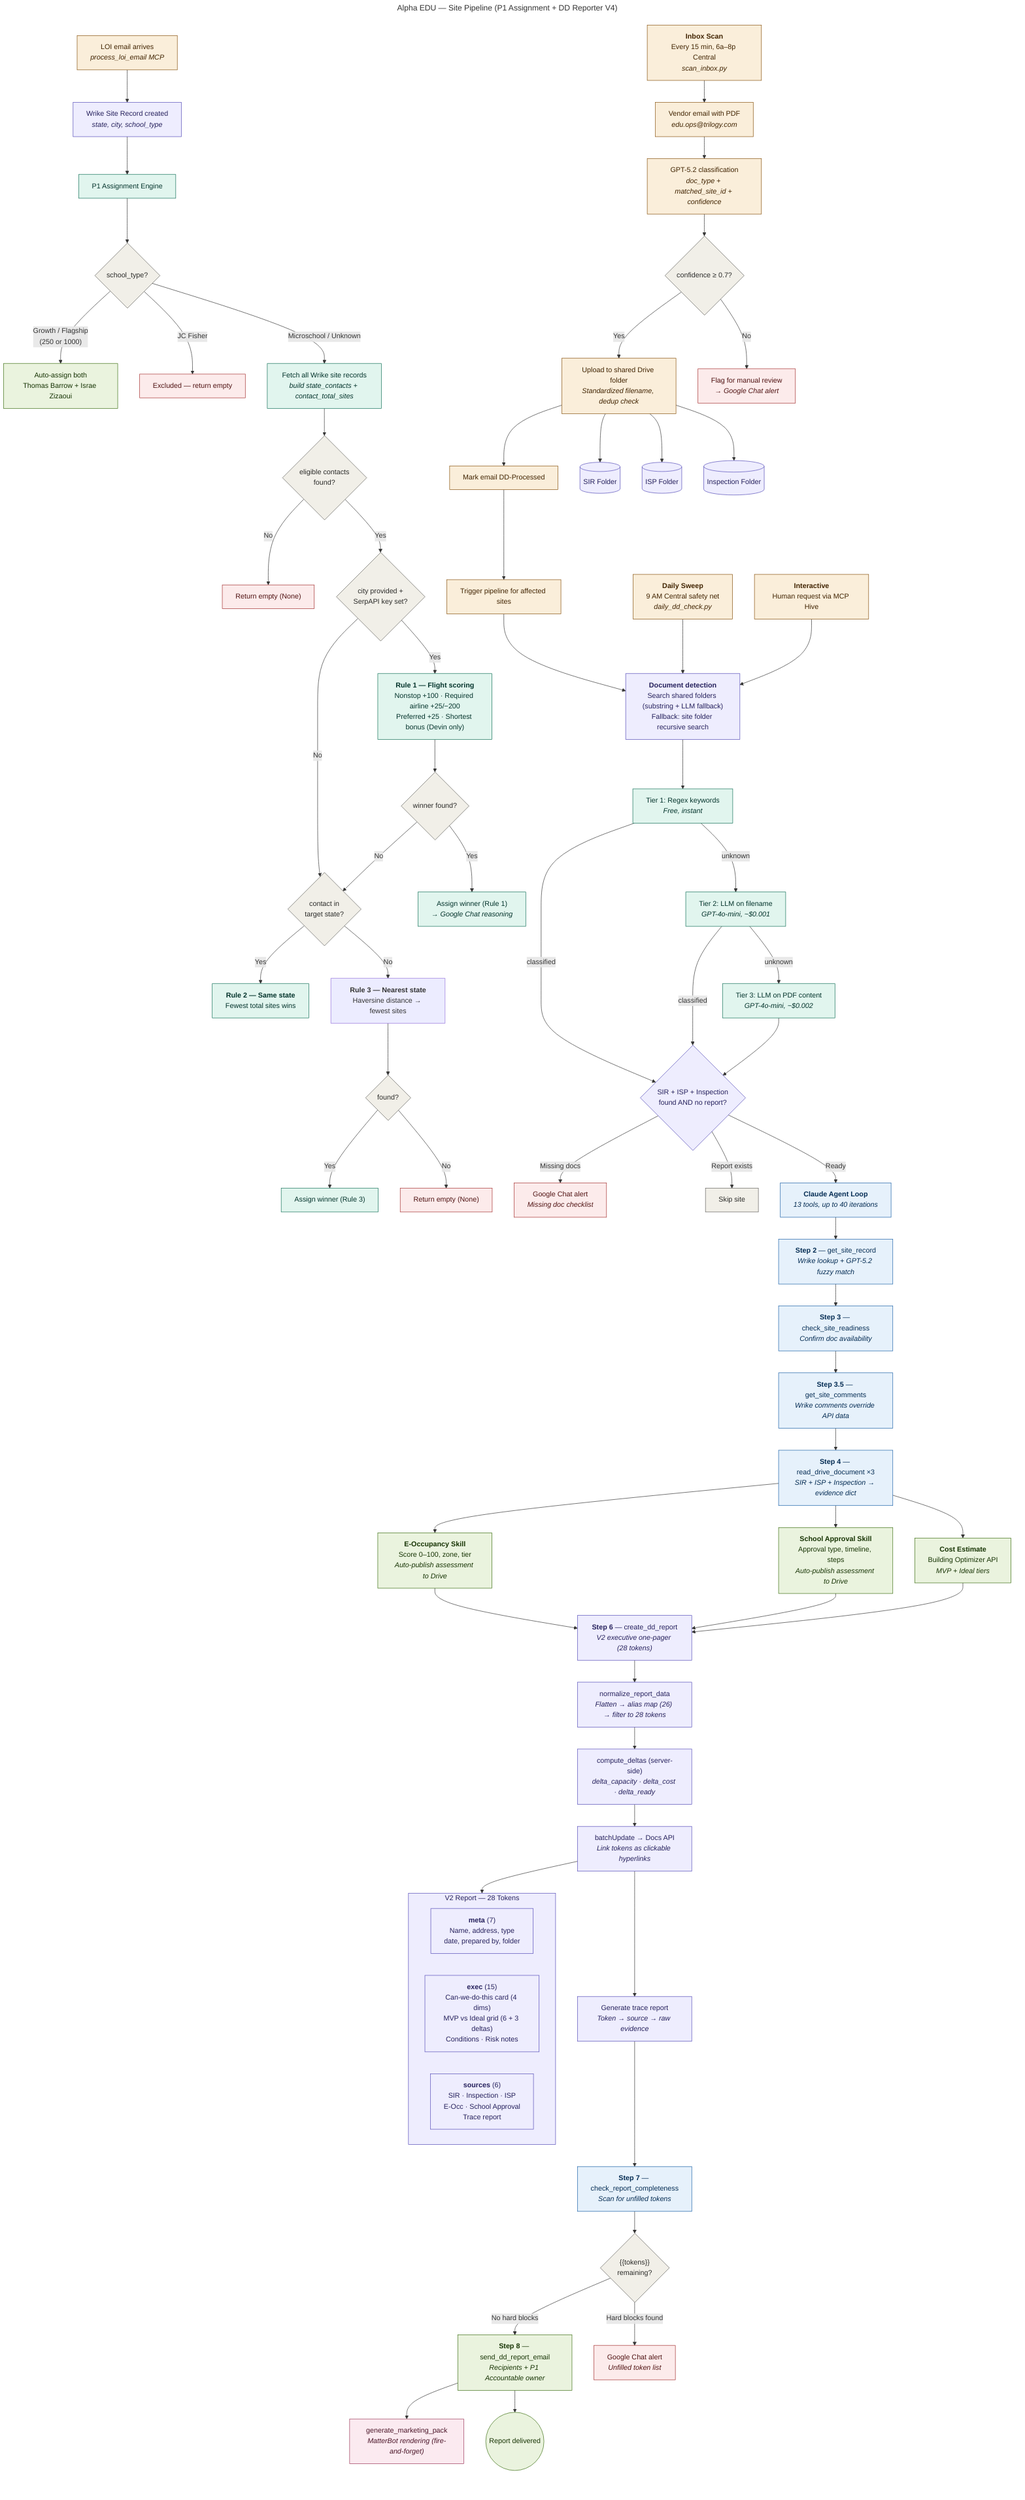
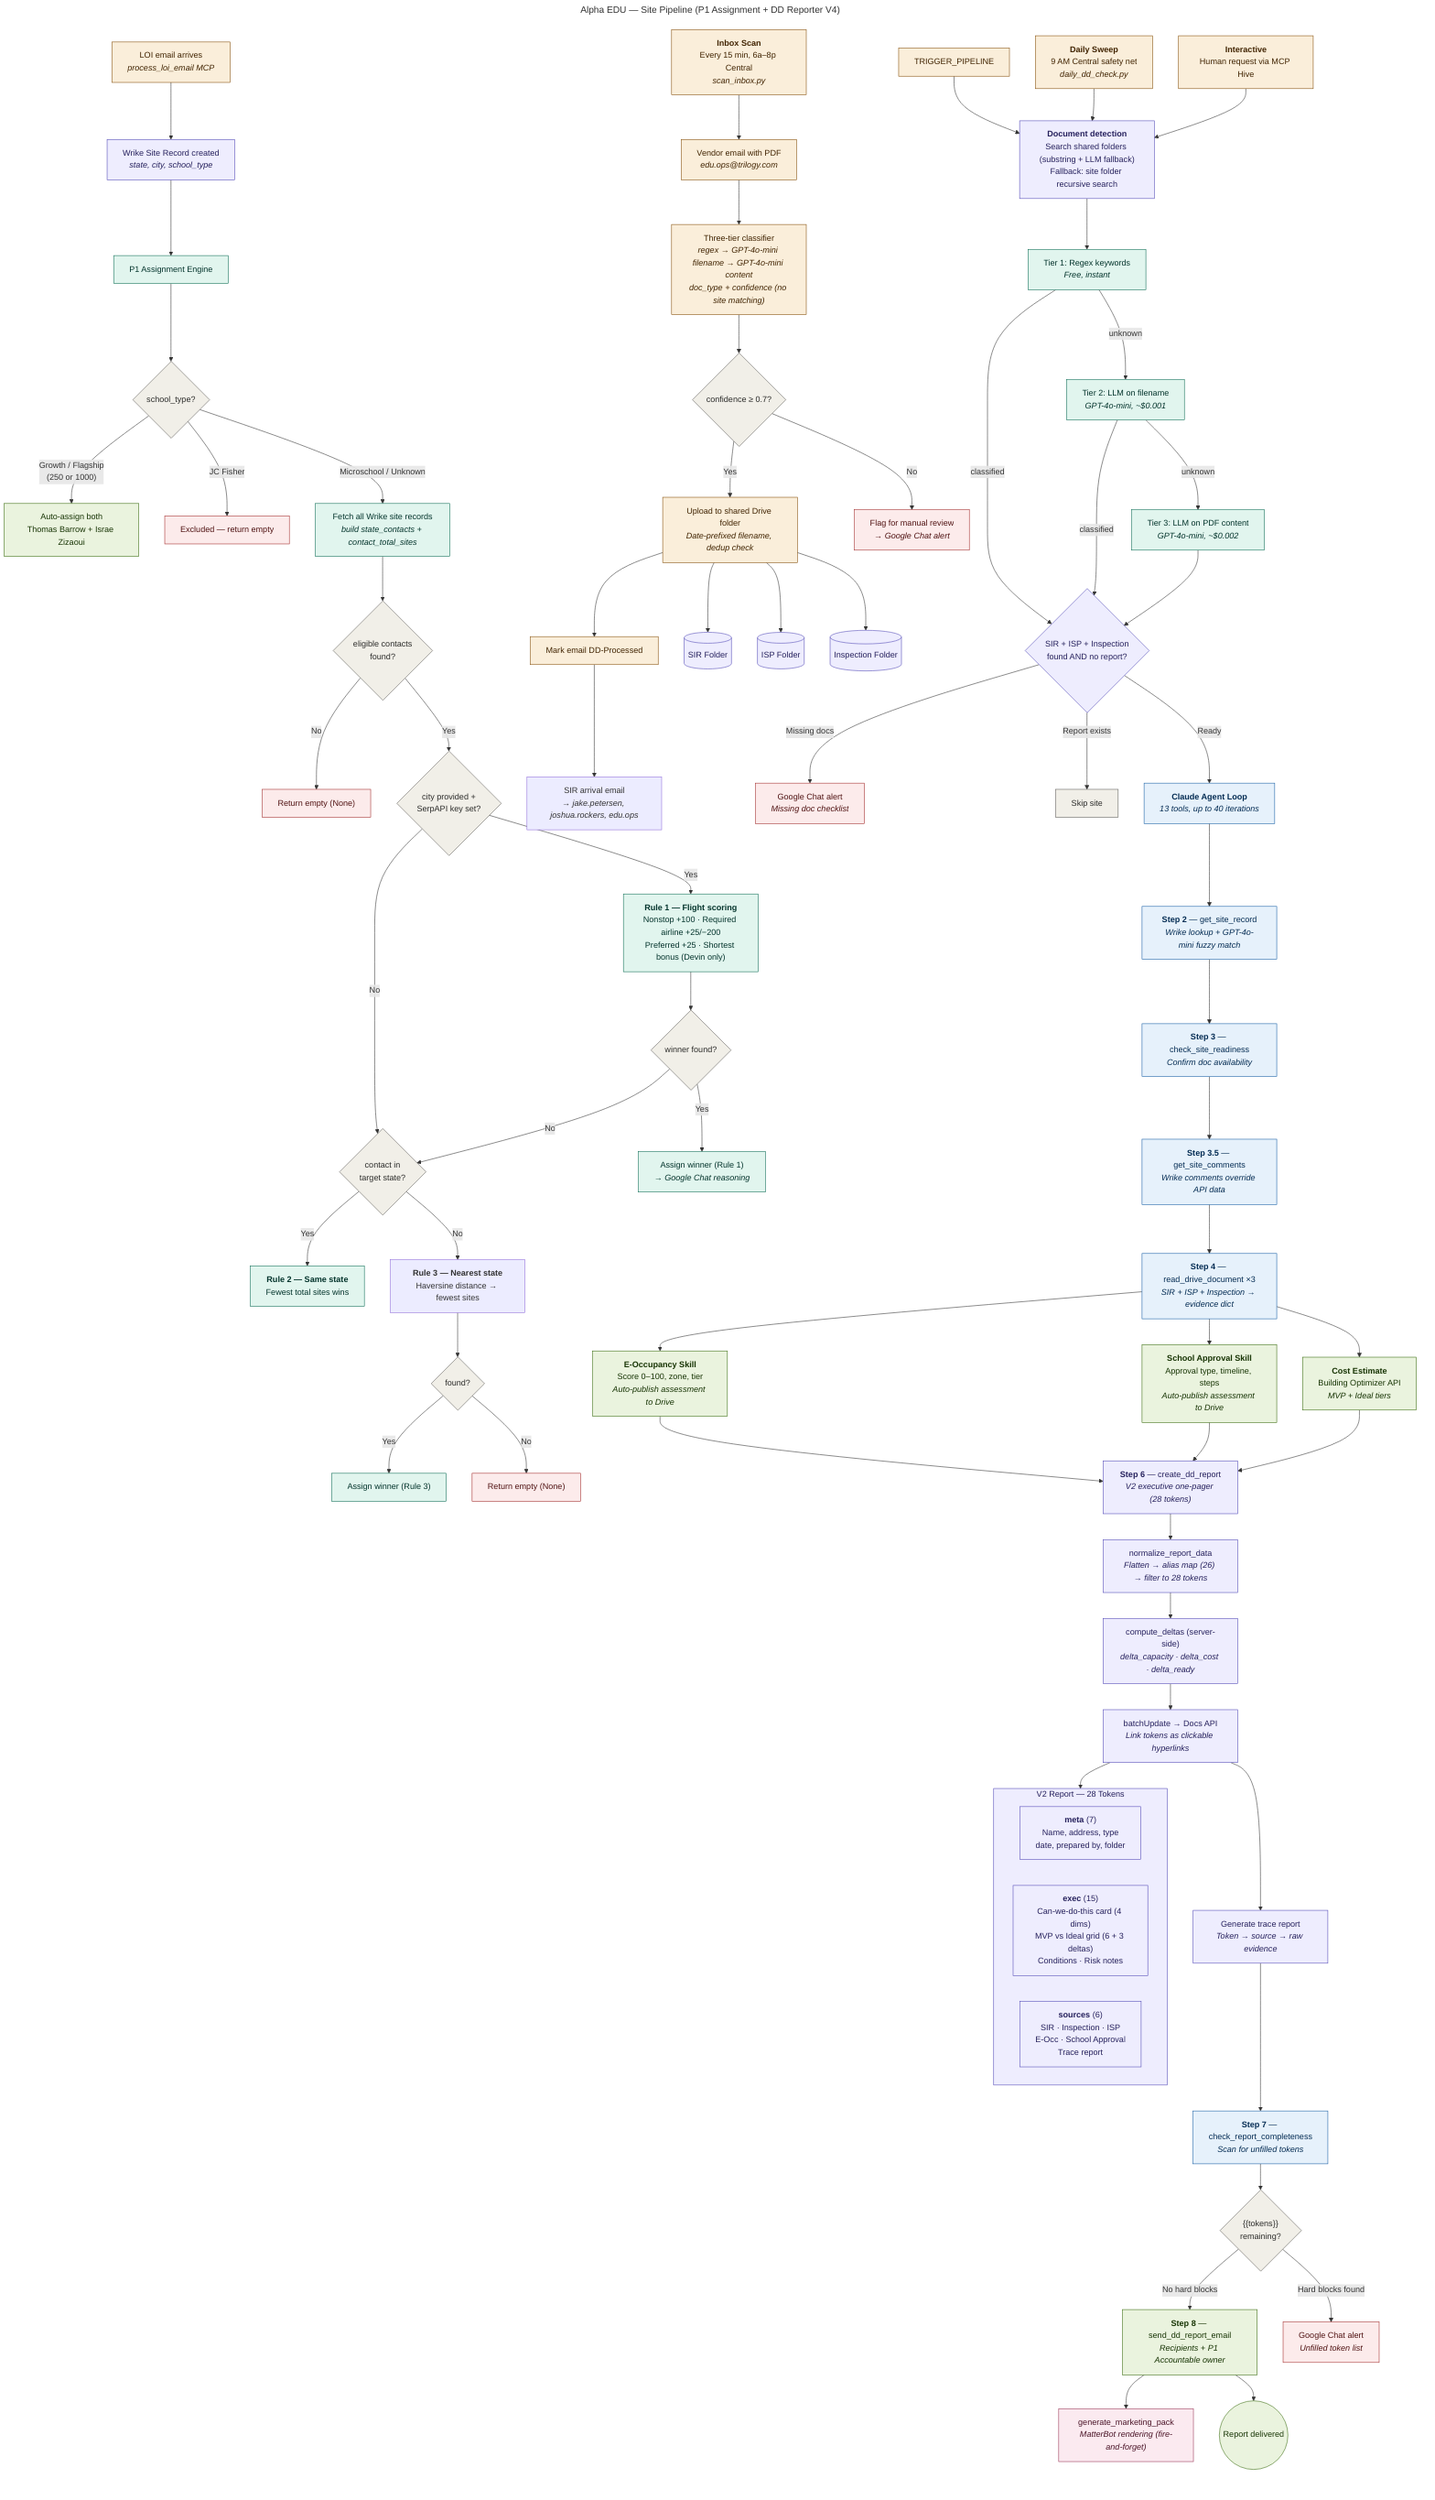
---
title: Alpha EDU — Site Pipeline (P1 Assignment + DD Reporter V4)
---
flowchart TD
    %% ──────────────────────────────────────────────
    %% PHASE 1 — Site Creation
    %% ──────────────────────────────────────────────
    LOI["LOI email arrives<br/><i>process_loi_email MCP</i>"]
    WRIKE["Wrike Site Record created<br/><i>state, city, school_type</i>"]
    P1["P1 Assignment Engine"]

    LOI --> WRIKE --> P1

    %% ──────────────────────────────────────────────
    %% PHASE 2 — P1 Accountable Assignment
    %% ──────────────────────────────────────────────
    P1 --> TYPE_CHECK{school_type?}

    TYPE_CHECK -->|"Growth / Flagship<br/>(250 or 1000)"| AUTO_ASSIGN["Auto-assign both<br/>Thomas Barrow + Israe Zizaoui"]
    TYPE_CHECK -->|"JC Fisher"| EXCLUDED["Excluded — return empty"]
    TYPE_CHECK -->|"Microschool / Unknown"| FETCH_WRIKE["Fetch all Wrike site records<br/><i>build state_contacts + contact_total_sites</i>"]

    FETCH_WRIKE --> HAS_CONTACTS{eligible contacts<br/>found?}
    HAS_CONTACTS -->|No| NO_CONTACTS["Return empty (None)"]
    HAS_CONTACTS -->|Yes| CITY_CHECK{city provided +<br/>SerpAPI key set?}

    CITY_CHECK -->|Yes| RULE1["<b>Rule 1 — Flight scoring</b><br/>Nonstop +100 · Required airline +25/−200<br/>Preferred +25 · Shortest bonus (Devin only)"]
    CITY_CHECK -->|No| RULE2

    RULE1 --> R1_RESULT{winner found?}
    R1_RESULT -->|Yes| ASSIGN_R1["Assign winner (Rule 1)<br/><i>→ Google Chat reasoning</i>"]
    R1_RESULT -->|No| RULE2

    RULE2{contact in<br/>target state?}
    RULE2 -->|"Yes"| ASSIGN_R2["<b>Rule 2 — Same state</b><br/>Fewest total sites wins"]
    RULE2 -->|"No"| RULE3["<b>Rule 3 — Nearest state</b><br/>Haversine distance → fewest sites"]

    RULE3 --> R3_RESULT{found?}
    R3_RESULT -->|Yes| ASSIGN_R3["Assign winner (Rule 3)"]
    R3_RESULT -->|No| NO_CONTACTS2["Return empty (None)"]

    %% ──────────────────────────────────────────────
    %% PHASE 3 — DD Reporter V4 Triggers
    %% ──────────────────────────────────────────────
    INBOX["<b>Inbox Scan</b><br/>Every 15 min, 6a–8p Central<br/><i>scan_inbox.py</i>"]
    SWEEP["<b>Daily Sweep</b><br/>9 AM Central safety net<br/><i>daily_dd_check.py</i>"]
    INTERACTIVE["<b>Interactive</b><br/>Human request via MCP Hive"]

    %% ──────────────────────────────────────────────
    %% Inbox Scan Detail
    %% ──────────────────────────────────────────────
    INBOX --> VENDOR_EMAIL["Vendor email with PDF<br/><i>edu.ops@trilogy.com</i>"]
-     VENDOR_EMAIL --> CLASSIFY["GPT-5.2 classification<br/><i>doc_type + matched_site_id + confidence</i>"]
+     VENDOR_EMAIL --> CLASSIFY["Three-tier classifier<br/><i>regex → GPT-4o-mini filename → GPT-4o-mini content</i><br/><i>doc_type + confidence (no site matching)</i>"]
    CLASSIFY --> CONF_CHECK{confidence ≥ 0.7?}
-     CONF_CHECK -->|Yes| UPLOAD["Upload to shared Drive folder<br/><i>Standardized filename, dedup check</i>"]
+     CONF_CHECK -->|Yes| UPLOAD["Upload to shared Drive folder<br/><i>Date-prefixed filename, dedup check</i>"]
    CONF_CHECK -->|No| FLAG["Flag for manual review<br/><i>→ Google Chat alert</i>"]
    UPLOAD --> MARK["Mark email DD-Processed"]
-     MARK --> TRIGGER_PIPELINE["Trigger pipeline for affected sites"]
+     MARK --> SIR_NOTIFY["SIR arrival email<br/><i>→ jake.petersen, joshua.rockers, edu.ops</i>"]

    %% ──────────────────────────────────────────────
    %% Shared folders
    %% ──────────────────────────────────────────────
    UPLOAD --> SIR_FOLDER[("SIR Folder")]
    UPLOAD --> ISP_FOLDER[("ISP Folder")]
    UPLOAD --> BI_FOLDER[("Inspection Folder")]

    %% ──────────────────────────────────────────────
    %% Document Detection — Three-Tier Classification
    %% ──────────────────────────────────────────────
    TRIGGER_PIPELINE --> READINESS
    SWEEP --> READINESS
    INTERACTIVE --> READINESS

    READINESS["<b>Document detection</b><br/>Search shared folders (substring + LLM fallback)<br/>Fallback: site folder recursive search"]
    READINESS --> TIER1["Tier 1: Regex keywords<br/><i>Free, instant</i>"]
    TIER1 -->|unknown| TIER2["Tier 2: LLM on filename<br/><i>GPT-4o-mini, ~$0.001</i>"]
    TIER2 -->|unknown| TIER3["Tier 3: LLM on PDF content<br/><i>GPT-4o-mini, ~$0.002</i>"]
    TIER1 -->|classified| GATE
    TIER2 -->|classified| GATE
    TIER3 --> GATE

    %% ──────────────────────────────────────────────
    %% Readiness Gate
    %% ──────────────────────────────────────────────
    GATE{"SIR + ISP + Inspection<br/>found AND no report?"}
    GATE -->|"Missing docs"| MISSING_ALERT["Google Chat alert<br/><i>Missing doc checklist</i>"]
    GATE -->|"Report exists"| SKIP["Skip site"]
    GATE -->|"Ready"| AGENT_START

    %% ──────────────────────────────────────────────
    %% PHASE 4 — Agent Pipeline (13 tools, 40 iter)
    %% ──────────────────────────────────────────────
    AGENT_START["<b>Claude Agent Loop</b><br/><i>13 tools, up to 40 iterations</i>"]

-     AGENT_START --> STEP2["<b>Step 2</b> — get_site_record<br/><i>Wrike lookup + GPT-5.2 fuzzy match</i>"]
+     AGENT_START --> STEP2["<b>Step 2</b> — get_site_record<br/><i>Wrike lookup + GPT-4o-mini fuzzy match</i>"]
    STEP2 --> STEP3["<b>Step 3</b> — check_site_readiness<br/><i>Confirm doc availability</i>"]
    STEP3 --> STEP3_5["<b>Step 3.5</b> — get_site_comments<br/><i>Wrike comments override API data</i>"]
    STEP3_5 --> STEP4["<b>Step 4</b> — read_drive_document ×3<br/><i>SIR + ISP + Inspection → evidence dict</i>"]

    STEP4 --> STEP5_EOCC["<b>E-Occupancy Skill</b><br/>Score 0–100, zone, tier<br/><i>Auto-publish assessment to Drive</i>"]
    STEP4 --> STEP5_SA["<b>School Approval Skill</b><br/>Approval type, timeline, steps<br/><i>Auto-publish assessment to Drive</i>"]
    STEP4 --> STEP5_COST["<b>Cost Estimate</b><br/>Building Optimizer API<br/><i>MVP + Ideal tiers</i>"]

    STEP5_EOCC --> STEP6
    STEP5_SA --> STEP6
    STEP5_COST --> STEP6

    %% ──────────────────────────────────────────────
    %% V2 Report Compilation
    %% ──────────────────────────────────────────────
    STEP6["<b>Step 6</b> — create_dd_report<br/><i>V2 executive one-pager (28 tokens)</i>"]

    STEP6 --> NORMALIZE["normalize_report_data<br/><i>Flatten → alias map (26) → filter to 28 tokens</i>"]
    NORMALIZE --> DELTAS["compute_deltas (server-side)<br/><i>delta_capacity · delta_cost · delta_ready</i>"]
    DELTAS --> FILL["batchUpdate → Docs API<br/><i>Link tokens as clickable hyperlinks</i>"]
    FILL --> TRACE["Generate trace report<br/><i>Token → source → raw evidence</i>"]

    %% ──────────────────────────────────────────────
    %% V2 Report Sections (subgraph)
    %% ──────────────────────────────────────────────
    subgraph V2_REPORT ["V2 Report — 28 Tokens"]
        direction LR
        META["<b>meta</b> (7)<br/>Name, address, type<br/>date, prepared by, folder"]
        EXEC["<b>exec</b> (15)<br/>Can-we-do-this card (4 dims)<br/>MVP vs Ideal grid (6 + 3 deltas)<br/>Conditions · Risk notes"]
        SOURCES["<b>sources</b> (6)<br/>SIR · Inspection · ISP<br/>E-Occ · School Approval<br/>Trace report"]
    end

    FILL --> V2_REPORT

    %% ──────────────────────────────────────────────
    %% Completeness + Delivery
    %% ──────────────────────────────────────────────
    TRACE --> STEP7["<b>Step 7</b> — check_report_completeness<br/><i>Scan for unfilled tokens</i>"]

    STEP7 --> COMPLETE_CHECK{"{{tokens}}<br/>remaining?"}
    COMPLETE_CHECK -->|"No hard blocks"| STEP8["<b>Step 8</b> — send_dd_report_email<br/><i>Recipients + P1 Accountable owner</i>"]
    COMPLETE_CHECK -->|"Hard blocks found"| INCOMPLETE_ALERT["Google Chat alert<br/><i>Unfilled token list</i>"]

    STEP8 --> MATTERBOT["generate_marketing_pack<br/><i>MatterBot rendering (fire-and-forget)</i>"]
    STEP8 --> DONE(("Report delivered"))

    %% ──────────────────────────────────────────────
    %% Styles
    %% ──────────────────────────────────────────────
    classDef trigger fill:#FAEEDA,stroke:#854F0B,color:#412402
    classDef wrike fill:#EEEDFE,stroke:#534AB7,color:#26215C
    classDef assignment fill:#E1F5EE,stroke:#0F6E56,color:#04342C
    classDef coral fill:#FAECE7,stroke:#993C1D,color:#4A1B0C
    classDef agent fill:#E6F1FB,stroke:#185FA5,color:#042C53
    classDef success fill:#EAF3DE,stroke:#3B6D11,color:#173404
    classDef danger fill:#FCEBEB,stroke:#A32D2D,color:#501313
    classDef neutral fill:#F1EFE8,stroke:#5F5E5A,color:#2C2C2A
    classDef pink fill:#FBEAF0,stroke:#993556,color:#4B1528

    class LOI,INBOX,SWEEP,INTERACTIVE,VENDOR_EMAIL,CLASSIFY,UPLOAD,MARK,TRIGGER_PIPELINE trigger
    class WRIKE,READINESS,GATE,NORMALIZE,DELTAS,FILL,TRACE,STEP6 wrike
    class P1,FETCH_WRIKE,RULE1,ASSIGN_R1,ASSIGN_R2,ASSIGN_R3 assignment
    class AUTO_ASSIGN,STEP8,DONE,STEP5_EOCC,STEP5_SA,STEP5_COST success
    class EXCLUDED,NO_CONTACTS,NO_CONTACTS2,FLAG,MISSING_ALERT,INCOMPLETE_ALERT danger
    class TYPE_CHECK,HAS_CONTACTS,CITY_CHECK,R1_RESULT,R3_RESULT,CONF_CHECK,COMPLETE_CHECK,RULE2 neutral
    class AGENT_START,STEP2,STEP3,STEP3_5,STEP4,STEP7 agent
    class TIER1,TIER2,TIER3 assignment
    class META,EXEC,SOURCES,V2_REPORT wrike
    class MATTERBOT pink
    class SIR_FOLDER,ISP_FOLDER,BI_FOLDER wrike
    class SKIP neutral